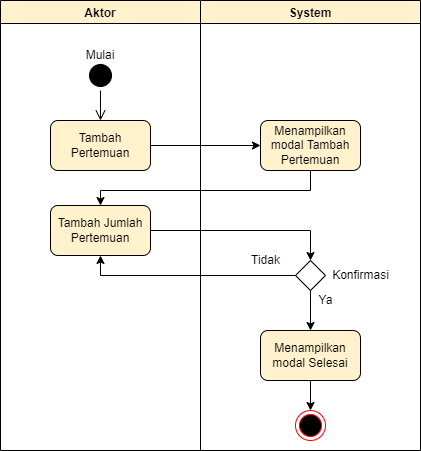
Earlier version of the draw.io export Diagrams/Activity Diagram Registered/AD_Dashboard_TambahPertemuan.png (Zkavolo/Classico-Project). Source tidied: cells renumbered, new cells last; positions are measured from the earlier drawing's top-left corner, leaving out a move shared by most shapes. Its diagram source:
```xml
<mxGraphModel>
  <root>
    <mxCell id="0" />
    <mxCell id="1" parent="0" />
    <mxCell id="2" value="Aktor" style="swimlane;strokeColor=#000000;fillColor=#fff2cc;" parent="1" vertex="1">
      <mxGeometry width="200" height="450" as="geometry" />
    </mxCell>
    <mxCell id="3" value="Tambah Pertemuan" style="rounded=1;whiteSpace=wrap;html=1;strokeColor=#000000;fillColor=#fff2cc;" parent="2" vertex="1">
      <mxGeometry x="50" y="120" width="100" height="50" as="geometry" />
    </mxCell>
    <mxCell id="4" style="ellipse;html=1;shape=startState;fillColor=#000000;strokeColor=#000000;" parent="2" vertex="1">
      <mxGeometry x="85" y="60" width="30" height="30" as="geometry" />
    </mxCell>
    <mxCell id="5" style="edgeStyle=orthogonalEdgeStyle;html=1;verticalAlign=bottom;endArrow=open;endSize=8;strokeColor=#000000;rounded=0;" parent="2" edge="1" source="4">
      <mxGeometry relative="1" as="geometry">
        <mxPoint x="100" y="120" as="targetPoint" />
      </mxGeometry>
    </mxCell>
    <mxCell id="6" value="Mulai" style="text;html=1;strokeColor=none;fillColor=none;align=center;verticalAlign=middle;whiteSpace=wrap;rounded=0;" parent="2" vertex="1">
      <mxGeometry x="70" y="40" width="60" height="30" as="geometry" />
    </mxCell>
    <mxCell id="7" value="Tambah Jumlah Pertemuan" style="rounded=1;whiteSpace=wrap;html=1;strokeColor=#000000;fillColor=#fff2cc;" parent="2" vertex="1">
      <mxGeometry x="50" y="205" width="100" height="50" as="geometry" />
    </mxCell>
    <mxCell id="8" value="System" style="swimlane;strokeColor=#000000;fillColor=#fff2cc;" parent="1" vertex="1">
      <mxGeometry x="200" width="220" height="450" as="geometry" />
    </mxCell>
    <mxCell id="9" value="Menampilkan modal Tambah Pertemuan" style="rounded=1;whiteSpace=wrap;html=1;strokeColor=#000000;fillColor=#fff2cc;" parent="8" vertex="1">
      <mxGeometry x="60" y="120" width="100" height="50" as="geometry" />
    </mxCell>
    <mxCell id="10" style="ellipse;html=1;shape=endState;fillColor=#000000;strokeColor=#ff0000;" parent="8" vertex="1">
      <mxGeometry x="95" y="410" width="30" height="30" as="geometry" />
    </mxCell>
    <mxCell id="11" style="edgeStyle=orthogonalEdgeStyle;rounded=0;jettySize=auto;html=1;" parent="8" edge="1" source="12" target="16">
      <mxGeometry relative="1" as="geometry" />
    </mxCell>
    <mxCell id="12" style="rhombus;whiteSpace=wrap;html=1;" parent="8" vertex="1">
      <mxGeometry x="95" y="260" width="30" height="30" as="geometry" />
    </mxCell>
    <mxCell id="13" value="Konfirmasi" style="text;html=1;align=center;verticalAlign=middle;strokeColor=none;fillColor=none;" parent="8" vertex="1">
      <mxGeometry x="125" y="265" width="70" height="20" as="geometry" />
    </mxCell>
    <mxCell id="14" value="Tidak" style="text;html=1;align=center;verticalAlign=middle;strokeColor=none;fillColor=none;" parent="8" vertex="1">
      <mxGeometry x="45" y="250" width="40" height="20" as="geometry" />
    </mxCell>
    <mxCell id="15" style="edgeStyle=orthogonalEdgeStyle;rounded=0;jettySize=auto;html=1;" parent="8" edge="1" source="16" target="10">
      <mxGeometry relative="1" as="geometry" />
    </mxCell>
    <mxCell id="16" value="Menampilkan modal Selesai" style="rounded=1;whiteSpace=wrap;html=1;strokeColor=#000000;fillColor=#fff2cc;" parent="8" vertex="1">
      <mxGeometry x="60" y="330" width="100" height="50" as="geometry" />
    </mxCell>
    <mxCell id="17" value="Ya" style="text;html=1;align=center;verticalAlign=middle;strokeColor=none;fillColor=none;" parent="8" vertex="1">
      <mxGeometry x="110" y="290" width="30" height="20" as="geometry" />
    </mxCell>
    <mxCell id="18" style="edgeStyle=orthogonalEdgeStyle;rounded=0;jettySize=auto;html=1;entryX=0;entryY=0.5;entryDx=0;entryDy=0;" parent="1" edge="1" source="3" target="9">
      <mxGeometry relative="1" as="geometry" />
    </mxCell>
    <mxCell id="19" style="edgeStyle=orthogonalEdgeStyle;rounded=0;jettySize=auto;html=1;entryX=0.5;entryY=0;entryDx=0;entryDy=0;" parent="1" edge="1" source="9" target="7">
      <mxGeometry relative="1" as="geometry">
        <Array as="points">
          <mxPoint x="310" y="190" />
          <mxPoint x="100" y="190" />
        </Array>
      </mxGeometry>
    </mxCell>
    <mxCell id="20" style="edgeStyle=orthogonalEdgeStyle;rounded=0;jettySize=auto;html=1;entryX=0.5;entryY=0;entryDx=0;entryDy=0;" parent="1" edge="1" source="7" target="12">
      <mxGeometry relative="1" as="geometry" />
    </mxCell>
    <mxCell id="21" style="edgeStyle=orthogonalEdgeStyle;rounded=0;jettySize=auto;html=1;entryX=0.5;entryY=1;entryDx=0;entryDy=0;" parent="1" edge="1" source="12" target="7">
      <mxGeometry relative="1" as="geometry" />
    </mxCell>
  </root>
</mxGraphModel>
```
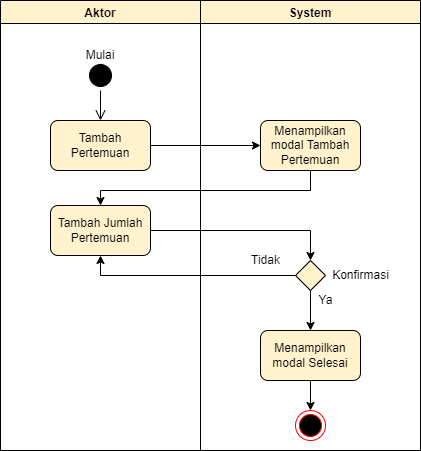
After the commit.

The edit, as a diff of the source:
```diff
@@ -34,7 +34,7 @@
     <mxCell id="11" style="edgeStyle=orthogonalEdgeStyle;rounded=0;jettySize=auto;html=1;" parent="8" edge="1" source="12" target="16">
       <mxGeometry relative="1" as="geometry" />
     </mxCell>
-    <mxCell id="12" style="rhombus;whiteSpace=wrap;html=1;" parent="8" vertex="1">
+    <mxCell id="12" style="rhombus;whiteSpace=wrap;html=1;fillColor=#fff2cc;strokeColor=default;" parent="8" vertex="1">
       <mxGeometry x="95" y="260" width="30" height="30" as="geometry" />
     </mxCell>
     <mxCell id="13" value="Konfirmasi" style="text;html=1;align=center;verticalAlign=middle;strokeColor=none;fillColor=none;" parent="8" vertex="1">
```
